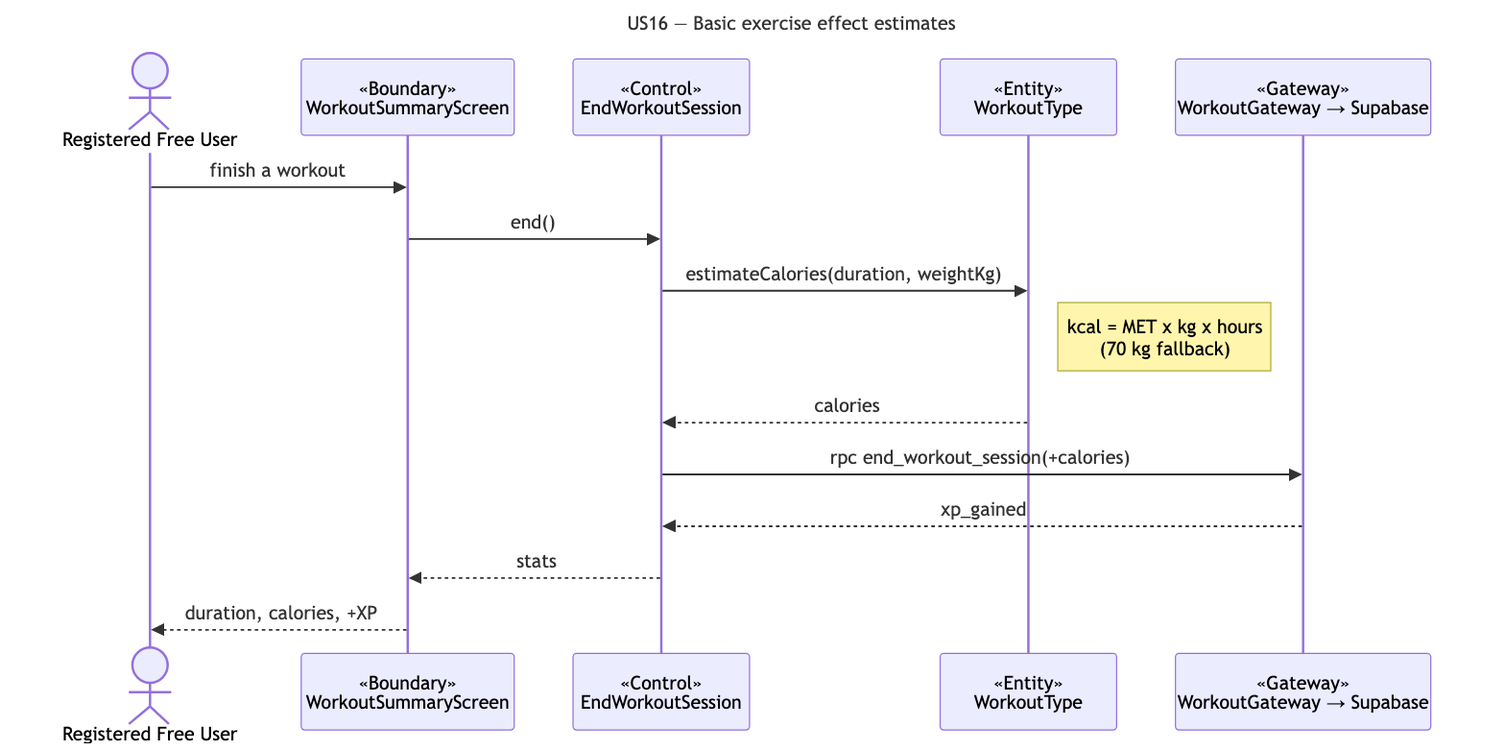
The Mermaid diagram docs/deliverables/sequence-diagrams/US16-effect-estimates.png in cyuanjun/FYP-26-S2-37-app, before a commit. Its source is kept beside it as docs/deliverables/sequence-diagrams/src/US16-effect-estimates.mmd.
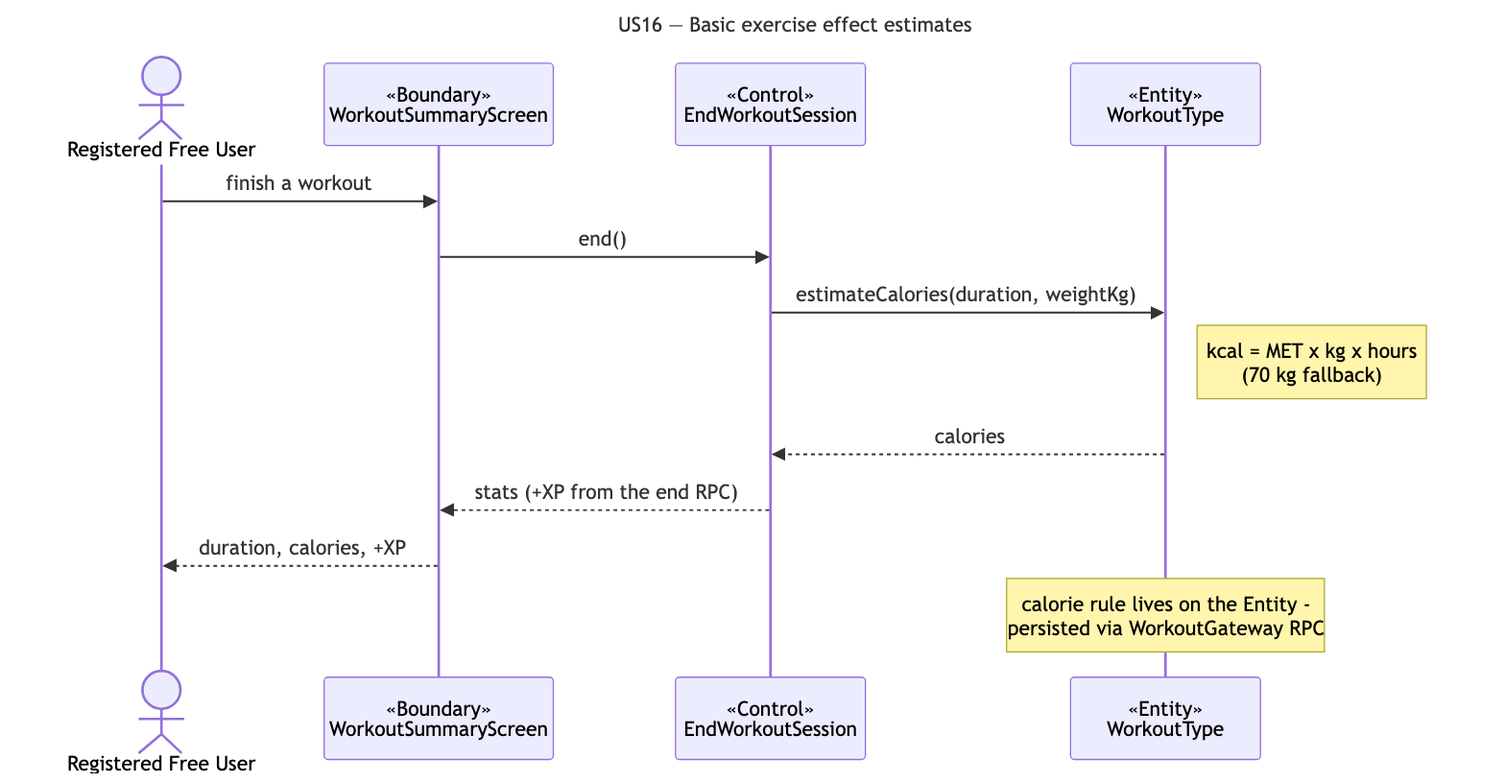
The same diagram one commit later.

What changed in the source:
```diff
@@ -6,13 +6,11 @@
   participant B as «Boundary»<br/>WorkoutSummaryScreen
   participant C as «Control»<br/>EndWorkoutSession
   participant E as «Entity»<br/>WorkoutType
-  participant G as «Gateway»<br/>WorkoutGateway → Supabase
   A->>B: finish a workout
   B->>C: end()
   C->>E: estimateCalories(duration, weightKg)
   note right of E: kcal = MET x kg x hours<br/>(70 kg fallback)
   E-->>C: calories
-  C->>G: rpc end_workout_session(+calories)
-  G-->>C: xp_gained
-  C-->>B: stats
+  C-->>B: stats (+XP from the end RPC)
   B-->>A: duration, calories, +XP
+  note over E: calorie rule lives on the Entity -<br/>persisted via WorkoutGateway RPC
```
